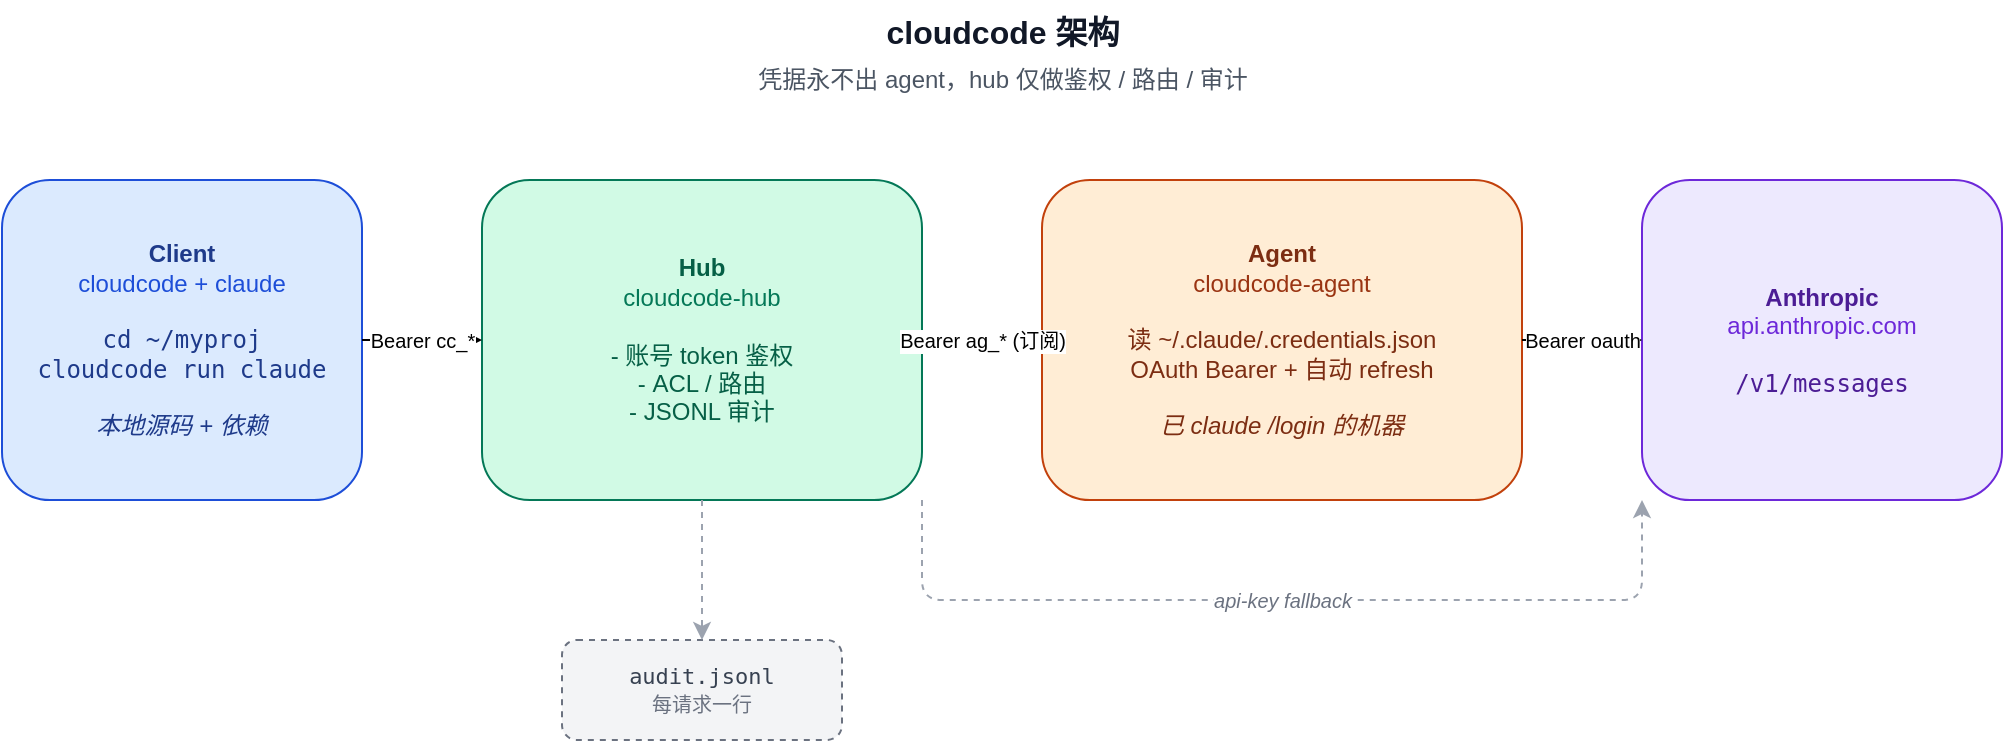
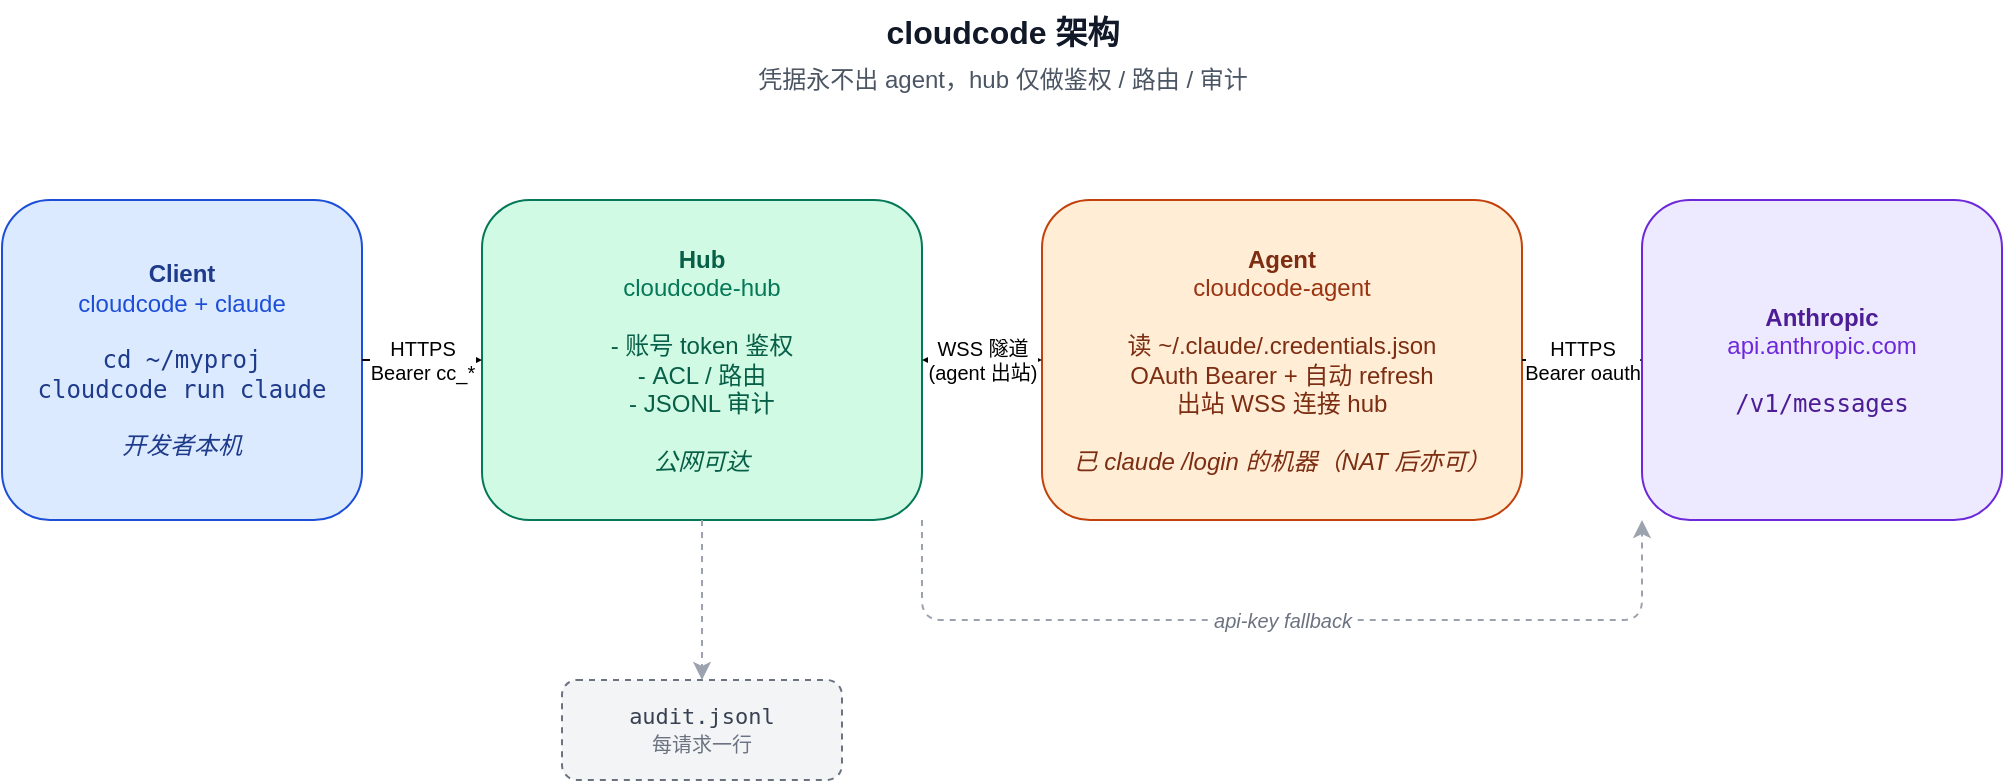
<?xml version="1.0" encoding="UTF-8"?>
<mxfile host="app.diagrams.net" agent="cloudcode" version="24.0.0">
  <diagram name="cloudcode" id="arch1">
-     <mxGraphModel dx="1200" dy="700" grid="1" gridSize="10" guides="1" tooltips="1" connect="1" arrows="1" fold="1" page="1" pageScale="1" pageWidth="1100" pageHeight="500" math="0" shadow="0">
+     <mxGraphModel dx="1200" dy="700" grid="1" gridSize="10" guides="1" tooltips="1" connect="1" arrows="1" fold="1" page="1" pageScale="1" pageWidth="1100" pageHeight="520" math="0" shadow="0">
      <root>
        <mxCell id="0"/>
        <mxCell id="1" parent="0"/>

        <mxCell id="title" value="cloudcode 架构" style="text;html=1;align=center;fontSize=16;fontStyle=1;fontColor=#111827;" vertex="1" parent="1">
          <mxGeometry x="240" y="10" width="600" height="26" as="geometry"/>
        </mxCell>
        <mxCell id="subtitle" value="凭据永不出 agent，hub 仅做鉴权 / 路由 / 审计" style="text;html=1;align=center;fontSize=12;fontColor=#4b5563;" vertex="1" parent="1">
          <mxGeometry x="240" y="36" width="600" height="20" as="geometry"/>
        </mxCell>

-         <mxCell id="client" value="&lt;b&gt;Client&lt;/b&gt;&#xa;&lt;font color=&quot;#1d4ed8&quot;&gt;cloudcode + claude&lt;/font&gt;&#xa;&#xa;&lt;tt&gt;cd ~/myproj&lt;/tt&gt;&#xa;&lt;tt&gt;cloudcode run claude&lt;/tt&gt;&#xa;&#xa;&lt;i&gt;本地源码 + 依赖&lt;/i&gt;" style="rounded=1;whiteSpace=wrap;html=1;fillColor=#dbeafe;strokeColor=#1d4ed8;align=center;verticalAlign=middle;fontColor=#1e3a8a;fontSize=12;" vertex="1" parent="1">
-           <mxGeometry x="40" y="100" width="180" height="160" as="geometry"/>
+         <mxCell id="client" value="&lt;b&gt;Client&lt;/b&gt;&#xa;&lt;font color=&quot;#1d4ed8&quot;&gt;cloudcode + claude&lt;/font&gt;&#xa;&#xa;&lt;tt&gt;cd ~/myproj&lt;/tt&gt;&#xa;&lt;tt&gt;cloudcode run claude&lt;/tt&gt;&#xa;&#xa;&lt;i&gt;开发者本机&lt;/i&gt;" style="rounded=1;whiteSpace=wrap;html=1;fillColor=#dbeafe;strokeColor=#1d4ed8;align=center;verticalAlign=middle;fontColor=#1e3a8a;fontSize=12;" vertex="1" parent="1">
+           <mxGeometry x="40" y="110" width="180" height="160" as="geometry"/>
        </mxCell>

-         <mxCell id="hub" value="&lt;b&gt;Hub&lt;/b&gt;&#xa;&lt;font color=&quot;#047857&quot;&gt;cloudcode-hub&lt;/font&gt;&#xa;&#xa;- 账号 token 鉴权&#xa;- ACL / 路由&#xa;- JSONL 审计" style="rounded=1;whiteSpace=wrap;html=1;fillColor=#d1fae5;strokeColor=#047857;align=center;verticalAlign=middle;fontColor=#065f46;fontSize=12;" vertex="1" parent="1">
-           <mxGeometry x="280" y="100" width="220" height="160" as="geometry"/>
+         <mxCell id="hub" value="&lt;b&gt;Hub&lt;/b&gt;&#xa;&lt;font color=&quot;#047857&quot;&gt;cloudcode-hub&lt;/font&gt;&#xa;&#xa;- 账号 token 鉴权&#xa;- ACL / 路由&#xa;- JSONL 审计&#xa;&#xa;&lt;i&gt;公网可达&lt;/i&gt;" style="rounded=1;whiteSpace=wrap;html=1;fillColor=#d1fae5;strokeColor=#047857;align=center;verticalAlign=middle;fontColor=#065f46;fontSize=12;" vertex="1" parent="1">
+           <mxGeometry x="280" y="110" width="220" height="160" as="geometry"/>
        </mxCell>

-         <mxCell id="agent" value="&lt;b&gt;Agent&lt;/b&gt;&#xa;&lt;font color=&quot;#9a3412&quot;&gt;cloudcode-agent&lt;/font&gt;&#xa;&#xa;读 ~/.claude/.credentials.json&#xa;OAuth Bearer + 自动 refresh&#xa;&#xa;&lt;i&gt;已 claude /login 的机器&lt;/i&gt;" style="rounded=1;whiteSpace=wrap;html=1;fillColor=#ffedd5;strokeColor=#c2410c;align=center;verticalAlign=middle;fontColor=#7c2d12;fontSize=12;" vertex="1" parent="1">
-           <mxGeometry x="560" y="100" width="240" height="160" as="geometry"/>
+         <mxCell id="agent" value="&lt;b&gt;Agent&lt;/b&gt;&#xa;&lt;font color=&quot;#9a3412&quot;&gt;cloudcode-agent&lt;/font&gt;&#xa;&#xa;读 ~/.claude/.credentials.json&#xa;OAuth Bearer + 自动 refresh&#xa;出站 WSS 连接 hub&#xa;&#xa;&lt;i&gt;已 claude /login 的机器（NAT 后亦可）&lt;/i&gt;" style="rounded=1;whiteSpace=wrap;html=1;fillColor=#ffedd5;strokeColor=#c2410c;align=center;verticalAlign=middle;fontColor=#7c2d12;fontSize=12;" vertex="1" parent="1">
+           <mxGeometry x="560" y="110" width="240" height="160" as="geometry"/>
        </mxCell>

        <mxCell id="anthropic" value="&lt;b&gt;Anthropic&lt;/b&gt;&#xa;&lt;font color=&quot;#6d28d9&quot;&gt;api.anthropic.com&lt;/font&gt;&#xa;&#xa;&lt;tt&gt;/v1/messages&lt;/tt&gt;" style="rounded=1;whiteSpace=wrap;html=1;fillColor=#ede9fe;strokeColor=#6d28d9;align=center;verticalAlign=middle;fontColor=#4c1d95;fontSize=12;" vertex="1" parent="1">
-           <mxGeometry x="860" y="100" width="180" height="160" as="geometry"/>
+           <mxGeometry x="860" y="110" width="180" height="160" as="geometry"/>
        </mxCell>

        <mxCell id="audit" value="&lt;tt&gt;audit.jsonl&lt;/tt&gt;&#xa;&lt;font color=&quot;#6b7280&quot; size=&quot;1&quot;&gt;每请求一行&lt;/font&gt;" style="rounded=1;whiteSpace=wrap;html=1;fillColor=#f3f4f6;strokeColor=#6b7280;dashed=1;align=center;verticalAlign=middle;fontColor=#374151;fontSize=11;" vertex="1" parent="1">
-           <mxGeometry x="320" y="330" width="140" height="50" as="geometry"/>
+           <mxGeometry x="320" y="350" width="140" height="50" as="geometry"/>
        </mxCell>

-         <mxCell id="e1" value="Bearer cc_*" style="endArrow=classic;html=1;exitX=1;exitY=0.5;entryX=0;entryY=0.5;fontSize=10;" edge="1" parent="1" source="client" target="hub">
+         <mxCell id="e1" value="HTTPS&#xa;Bearer cc_*" style="endArrow=classic;html=1;exitX=1;exitY=0.5;entryX=0;entryY=0.5;fontSize=10;" edge="1" parent="1" source="client" target="hub">
          <mxGeometry relative="1" as="geometry"/>
        </mxCell>
-         <mxCell id="e2" value="Bearer ag_* (订阅)" style="endArrow=classic;html=1;exitX=1;exitY=0.5;entryX=0;entryY=0.5;fontSize=10;" edge="1" parent="1" source="hub" target="agent">
+         <mxCell id="e2" value="WSS 隧道&#xa;(agent 出站)" style="startArrow=classic;endArrow=classic;html=1;exitX=1;exitY=0.5;entryX=0;entryY=0.5;fontSize=10;strokeWidth=2;" edge="1" parent="1" source="hub" target="agent">
          <mxGeometry relative="1" as="geometry"/>
        </mxCell>
-         <mxCell id="e3" value="Bearer oauth" style="endArrow=classic;html=1;exitX=1;exitY=0.5;entryX=0;entryY=0.5;fontSize=10;" edge="1" parent="1" source="agent" target="anthropic">
+         <mxCell id="e3" value="HTTPS&#xa;Bearer oauth" style="endArrow=classic;html=1;exitX=1;exitY=0.5;entryX=0;entryY=0.5;fontSize=10;" edge="1" parent="1" source="agent" target="anthropic">
          <mxGeometry relative="1" as="geometry"/>
        </mxCell>
        <mxCell id="e4" value="" style="endArrow=classic;html=1;exitX=0.5;exitY=1;entryX=0.5;entryY=0;dashed=1;strokeColor=#9ca3af;" edge="1" parent="1" source="hub" target="audit">
          <mxGeometry relative="1" as="geometry"/>
        </mxCell>
        <mxCell id="e5" value="api-key fallback" style="edgeStyle=orthogonalEdgeStyle;rounded=1;html=1;exitX=1;exitY=1;entryX=0;entryY=1;endArrow=classic;dashed=1;strokeColor=#9ca3af;fontStyle=2;fontColor=#6b7280;fontSize=10;" edge="1" parent="1" source="hub" target="anthropic">
          <mxGeometry relative="1" as="geometry">
            <Array as="points">
-               <mxPoint x="500" y="310"/>
-               <mxPoint x="860" y="310"/>
+               <mxPoint x="500" y="320"/>
+               <mxPoint x="860" y="320"/>
            </Array>
          </mxGeometry>
        </mxCell>
      </root>
    </mxGraphModel>
  </diagram>
</mxfile>
